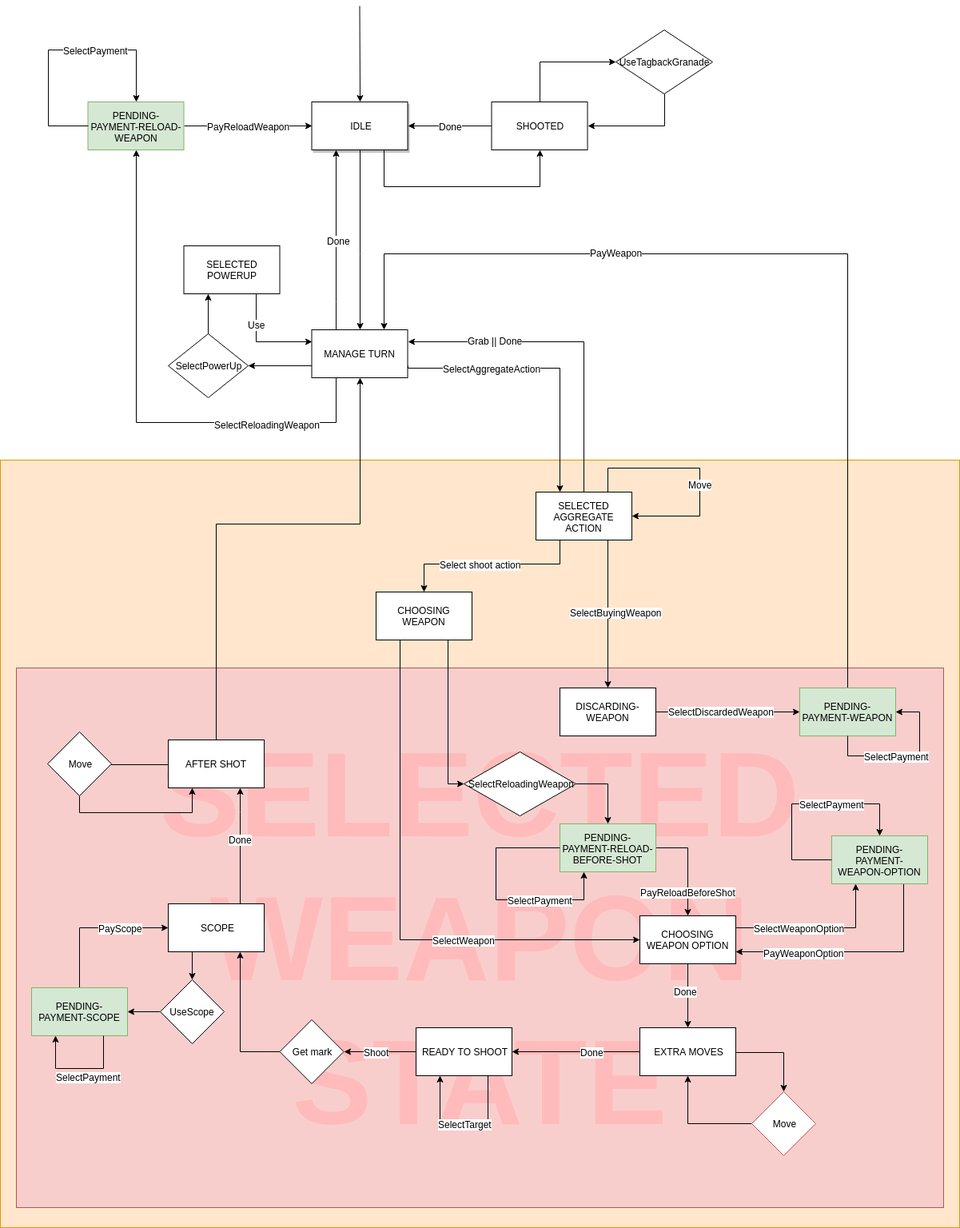
This is deliverables/StateDiagram.png from f3d0ss/ing-sw-2019-bordoni-cazzola-dotti, a draw.io export, as it was before one commit. Source tidied: cells renumbered, new cells last; positions are measured from the earlier drawing's top-left corner, leaving out a move shared by most shapes.
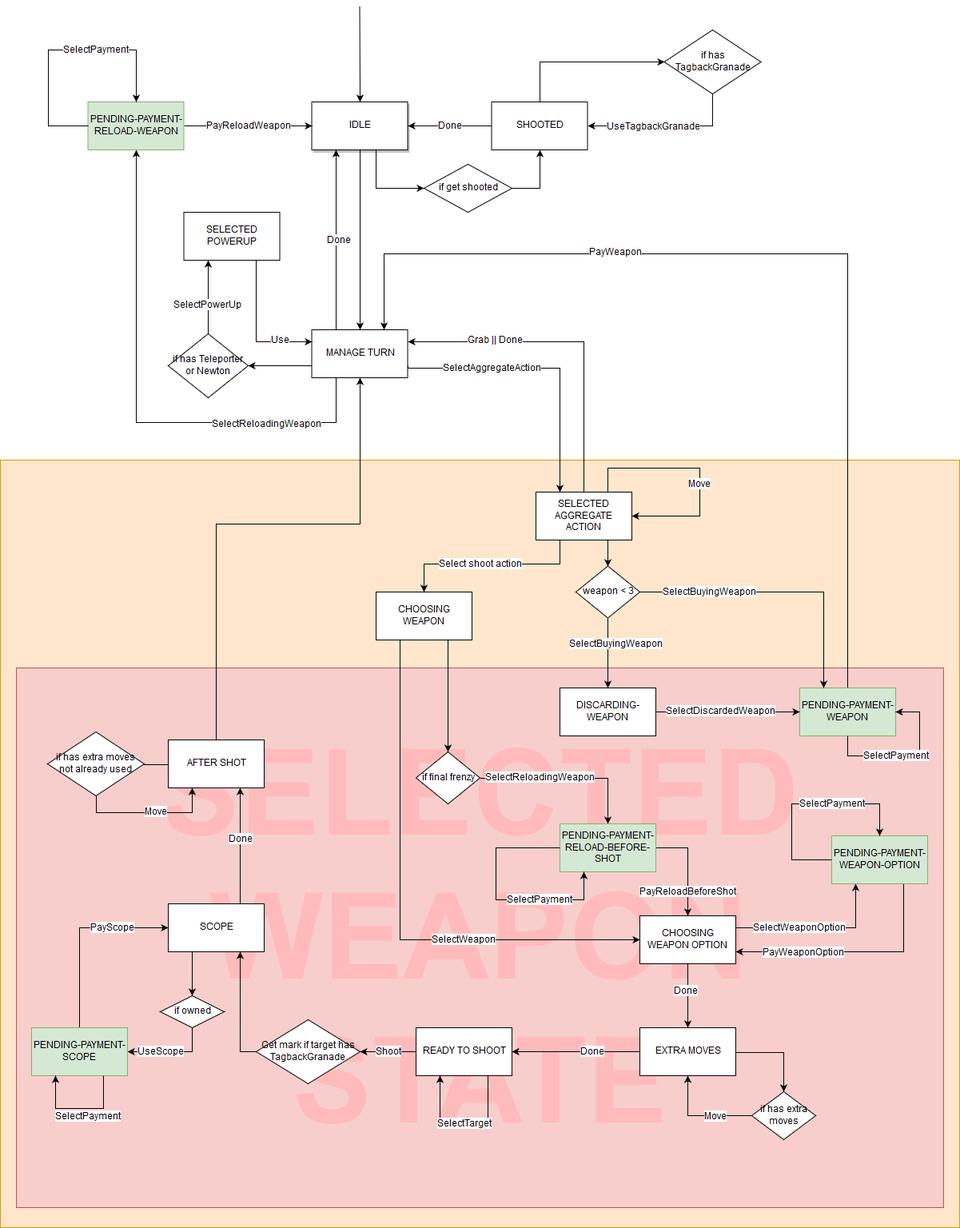
After the change.

Commit message:
Add number-of-weapon condition after SelectedAggregateAction

Change to the diagram source:
```diff
@@ -73,29 +73,35 @@
     <mxCell id="16" style="edgeStyle=orthogonalEdgeStyle;rounded=0;jettySize=auto;html=1;exitX=0.5;exitY=1;exitDx=0;exitDy=0;entryX=1;entryY=0.5;entryDx=0;entryDy=0;fontFamily=Helvetica;fontSize=12;" parent="1" edge="1" source="17" target="9">
       <mxGeometry relative="1" as="geometry" />
     </mxCell>
+    <mxCell id="99" value="UseTagbackGranade" style="text;html=1;align=center;verticalAlign=middle;labelBackgroundColor=#ffffff;" parent="16" vertex="1">
+      <mxGeometry x="0.16" y="1" relative="1" as="geometry" />
+    </mxCell>
-    <mxCell id="17" value="UseTagbackGranade" style="rhombus;whiteSpace=wrap;html=1;fontFamily=Helvetica;fontSize=12;" parent="1" vertex="1">
-      <mxGeometry x="770" y="30" width="121" height="80" as="geometry" />
+    <mxCell id="17" value="if has TagbackGranade" style="rhombus;whiteSpace=wrap;html=1;fontFamily=Helvetica;fontSize=12;" parent="1" vertex="1">
+      <mxGeometry x="830.5" y="30" width="121" height="80" as="geometry" />
     </mxCell>
-    <mxCell id="18" style="edgeStyle=orthogonalEdgeStyle;rounded=0;jettySize=auto;html=1;exitX=0.75;exitY=1;exitDx=0;exitDy=0;fontFamily=Helvetica;fontSize=12;entryX=0.5;entryY=1;entryDx=0;entryDy=0;" parent="1" edge="1" source="5" target="9">
+    <mxCell id="18" style="edgeStyle=orthogonalEdgeStyle;rounded=0;jettySize=auto;html=1;exitX=1;exitY=0.5;exitDx=0;exitDy=0;fontFamily=Helvetica;fontSize=12;entryX=0.5;entryY=1;entryDx=0;entryDy=0;" parent="1" edge="1" source="109" target="9">
       <mxGeometry relative="1" as="geometry">
         <Array as="points">
-          <mxPoint x="480" y="226" />
-          <mxPoint x="675" y="226" />
+          <mxPoint x="675" y="228" />
         </Array>
       </mxGeometry>
     </mxCell>
-    <mxCell id="19" style="edgeStyle=orthogonalEdgeStyle;rounded=0;jettySize=auto;html=1;exitX=0.75;exitY=1;exitDx=0;exitDy=0;entryX=0.5;entryY=0;entryDx=0;entryDy=0;" parent="1" edge="1" source="21" target="98">
+    <mxCell id="19" style="edgeStyle=orthogonalEdgeStyle;rounded=0;jettySize=auto;html=1;exitX=0.5;exitY=1;exitDx=0;exitDy=0;entryX=0.5;entryY=0;entryDx=0;entryDy=0;" parent="1" edge="1" source="108" target="98">
       <mxGeometry relative="1" as="geometry">
         <Array as="points">
-          <mxPoint x="760" y="668" />
+          <mxPoint x="760" y="788" />
+          <mxPoint x="760" y="788" />
         </Array>
       </mxGeometry>
     </mxCell>
     <mxCell id="20" value="SelectBuyingWeapon" style="text;html=1;align=center;verticalAlign=middle;labelBackgroundColor=#ffffff;" parent="19" vertex="1">
       <mxGeometry x="-0.02" y="36" relative="1" as="geometry">
-        <mxPoint x="-26.5" as="offset" />
+        <mxPoint x="-26" y="-10" as="offset" />
       </mxGeometry>
     </mxCell>
+    <mxCell id="100" style="edgeStyle=orthogonalEdgeStyle;rounded=0;jettySize=auto;html=1;exitX=0.75;exitY=1;exitDx=0;exitDy=0;entryX=0.5;entryY=0;entryDx=0;entryDy=0;" parent="1" edge="1" source="21" target="108">
+      <mxGeometry relative="1" as="geometry" />
+    </mxCell>
     <mxCell id="21" value="SELECTED AGGREGATE ACTION" style="rounded=0;whiteSpace=wrap;html=1;fontFamily=Helvetica;fontSize=12;" parent="1" vertex="1">
       <mxGeometry x="670" y="608" width="120" height="60" as="geometry" />
     </mxCell>
@@ -125,7 +131,7 @@
         <mxPoint x="-34" y="-1" as="offset" />
       </mxGeometry>
     </mxCell>
-    <mxCell id="26" style="edgeStyle=orthogonalEdgeStyle;rounded=0;jettySize=auto;html=1;exitX=0.75;exitY=1;exitDx=0;exitDy=0;fontFamily=Helvetica;fontSize=12;entryX=0;entryY=0.5;entryDx=0;entryDy=0;" parent="1" edge="1" source="29" target="31">
+    <mxCell id="26" style="edgeStyle=orthogonalEdgeStyle;rounded=0;jettySize=auto;html=1;exitX=0.75;exitY=1;exitDx=0;exitDy=0;fontFamily=Helvetica;fontSize=12;entryX=0.5;entryY=0;entryDx=0;entryDy=0;" parent="1" edge="1" source="29" target="31">
       <mxGeometry relative="1" as="geometry" />
     </mxCell>
     <mxCell id="27" style="edgeStyle=orthogonalEdgeStyle;rounded=0;jettySize=auto;html=1;exitX=0.25;exitY=1;exitDx=0;exitDy=0;entryX=0;entryY=0.5;entryDx=0;entryDy=0;fontFamily=Helvetica;fontSize=12;" parent="1" edge="1" source="29" target="34">
@@ -142,8 +148,13 @@
     <mxCell id="30" style="edgeStyle=orthogonalEdgeStyle;rounded=0;jettySize=auto;html=1;entryX=0.5;entryY=0;entryDx=0;entryDy=0;fontFamily=Helvetica;fontSize=12;exitX=1;exitY=0.5;exitDx=0;exitDy=0;" parent="1" edge="1" source="31" target="77">
       <mxGeometry relative="1" as="geometry" />
     </mxCell>
+    <mxCell id="101" value="SelectReloadingWeapon" style="text;html=1;align=center;verticalAlign=middle;labelBackgroundColor=#ffffff;" parent="30" vertex="1">
+      <mxGeometry x="-0.29" y="1" relative="1" as="geometry">
+        <mxPoint x="-2.5" y="0.5" as="offset" />
+      </mxGeometry>
+    </mxCell>
-    <mxCell id="31" value="SelectReloadingWeapon" style="rhombus;whiteSpace=wrap;html=1;fontFamily=Helvetica;fontSize=12;" parent="1" vertex="1">
-      <mxGeometry x="580" y="933" width="140" height="80" as="geometry" />
+    <mxCell id="31" value="if final frenzy" style="rhombus;whiteSpace=wrap;html=1;fontFamily=Helvetica;fontSize=12;" parent="1" vertex="1">
+      <mxGeometry x="520" y="933" width="80" height="65" as="geometry" />
     </mxCell>
     <mxCell id="32" style="edgeStyle=orthogonalEdgeStyle;rounded=0;jettySize=auto;html=1;exitX=0.5;exitY=1;exitDx=0;exitDy=0;fontFamily=Helvetica;fontSize=12;entryX=0.5;entryY=0;entryDx=0;entryDy=0;" parent="1" edge="1" source="34" target="63">
       <mxGeometry relative="1" as="geometry" />
@@ -157,7 +168,10 @@
     <mxCell id="35" style="edgeStyle=orthogonalEdgeStyle;rounded=0;jettySize=auto;html=1;exitX=0.5;exitY=0;exitDx=0;exitDy=0;entryX=0.25;entryY=1;entryDx=0;entryDy=0;" parent="1" edge="1" source="36" target="68">
       <mxGeometry relative="1" as="geometry" />
     </mxCell>
+    <mxCell id="102" value="SelectPowerUp" style="text;html=1;align=center;verticalAlign=middle;labelBackgroundColor=#ffffff;" parent="35" vertex="1">
+      <mxGeometry x="-0.22" y="1" relative="1" as="geometry" />
+    </mxCell>
-    <mxCell id="36" value="SelectPowerUp&lt;br&gt;" style="rhombus;whiteSpace=wrap;html=1;fontFamily=Helvetica;fontSize=12;" parent="1" vertex="1">
+    <mxCell id="36" value="if has Teleporter or Newton" style="rhombus;whiteSpace=wrap;html=1;fontFamily=Helvetica;fontSize=12;" parent="1" vertex="1">
       <mxGeometry x="210" y="410" width="100" height="80" as="geometry" />
     </mxCell>
     <mxCell id="37" style="edgeStyle=orthogonalEdgeStyle;rounded=0;jettySize=auto;html=1;exitX=0;exitY=0.5;exitDx=0;exitDy=0;entryX=1;entryY=0.5;entryDx=0;entryDy=0;fontFamily=Helvetica;fontSize=12;" parent="1" edge="1" source="39" target="50">
@@ -165,7 +179,7 @@
     </mxCell>
     <mxCell id="38" value="Shoot" style="text;html=1;align=center;verticalAlign=middle;labelBackgroundColor=#ffffff;fontSize=12;fontFamily=Helvetica;" parent="37" vertex="1">
       <mxGeometry x="-0.43" y="-2" relative="1" as="geometry">
-        <mxPoint x="-24" y="2" as="offset" />
+        <mxPoint x="-15" y="2" as="offset" />
       </mxGeometry>
     </mxCell>
     <mxCell id="39" value="READY TO SHOOT" style="rounded=0;whiteSpace=wrap;html=1;fontFamily=Helvetica;fontSize=12;" parent="1" vertex="1">
@@ -197,11 +211,16 @@
         <mxPoint x="25.5" as="offset" />
       </mxGeometry>
     </mxCell>
-    <mxCell id="44" style="edgeStyle=orthogonalEdgeStyle;rounded=0;jettySize=auto;html=1;" parent="1" edge="1" source="45" target="80">
+    <mxCell id="44" style="edgeStyle=orthogonalEdgeStyle;rounded=0;jettySize=auto;html=1;exitX=0.5;exitY=1;exitDx=0;exitDy=0;" parent="1" edge="1" source="45" target="80">
       <mxGeometry relative="1" as="geometry" />
     </mxCell>
+    <mxCell id="103" value="UseScope" style="text;html=1;align=center;verticalAlign=middle;labelBackgroundColor=#ffffff;" parent="44" vertex="1">
+      <mxGeometry x="0.48" y="-1" relative="1" as="geometry">
+        <mxPoint x="12" y="1" as="offset" />
+      </mxGeometry>
+    </mxCell>
-    <mxCell id="45" value="UseScope" style="rhombus;whiteSpace=wrap;html=1;" parent="1" vertex="1">
-      <mxGeometry x="200" y="1218" width="80" height="80" as="geometry" />
+    <mxCell id="45" value="if owned" style="rhombus;whiteSpace=wrap;html=1;" parent="1" vertex="1">
+      <mxGeometry x="200" y="1238" width="80" height="40" as="geometry" />
     </mxCell>
     <mxCell id="46" style="edgeStyle=orthogonalEdgeStyle;rounded=0;jettySize=auto;html=1;exitX=0.25;exitY=1;exitDx=0;exitDy=0;entryX=0.5;entryY=1;entryDx=0;entryDy=0;" parent="1" edge="1" source="15" target="71">
       <mxGeometry relative="1" as="geometry">
@@ -224,14 +243,17 @@
     <mxCell id="49" style="edgeStyle=orthogonalEdgeStyle;rounded=0;jettySize=auto;html=1;exitX=0;exitY=0.5;exitDx=0;exitDy=0;entryX=0.75;entryY=1;entryDx=0;entryDy=0;" parent="1" edge="1" source="50" target="57">
       <mxGeometry relative="1" as="geometry" />
     </mxCell>
-    <mxCell id="50" value="Get mark" style="rhombus;whiteSpace=wrap;html=1;" parent="1" vertex="1">
-      <mxGeometry x="349.5" y="1268" width="80" height="80" as="geometry" />
+    <mxCell id="50" value="Get mark if target has TagbackGranade" style="rhombus;whiteSpace=wrap;html=1;" parent="1" vertex="1">
+      <mxGeometry x="320" y="1268" width="130" height="80" as="geometry" />
     </mxCell>
     <mxCell id="51" style="edgeStyle=orthogonalEdgeStyle;rounded=0;jettySize=auto;html=1;exitX=0;exitY=0.5;exitDx=0;exitDy=0;entryX=0.5;entryY=1;entryDx=0;entryDy=0;" parent="1" edge="1" source="52" target="63">
       <mxGeometry relative="1" as="geometry" />
     </mxCell>
+    <mxCell id="104" value="Move" style="text;html=1;align=center;verticalAlign=middle;labelBackgroundColor=#ffffff;" parent="51" vertex="1">
+      <mxGeometry x="-0.29" y="1" relative="1" as="geometry" />
+    </mxCell>
-    <mxCell id="52" value="Move" style="rhombus;whiteSpace=wrap;html=1;fillColor=#FFFFFF;strokeColor=#b85450;" parent="1" vertex="1">
-      <mxGeometry x="940" y="1358" width="80" height="80" as="geometry" />
+    <mxCell id="52" value="if has extra moves" style="rhombus;whiteSpace=wrap;html=1;fillColor=#FFFFFF;strokeColor=#000000;" parent="1" vertex="1">
+      <mxGeometry x="940" y="1358" width="80" height="60" as="geometry" />
     </mxCell>
     <mxCell id="53" style="edgeStyle=orthogonalEdgeStyle;rounded=0;jettySize=auto;html=1;exitX=0.75;exitY=0;exitDx=0;exitDy=0;entryX=0.75;entryY=1;entryDx=0;entryDy=0;" parent="1" edge="1" source="57" target="95">
       <mxGeometry relative="1" as="geometry">
@@ -262,13 +284,16 @@
     <mxCell id="58" style="edgeStyle=orthogonalEdgeStyle;rounded=0;jettySize=auto;html=1;exitX=0.5;exitY=1;exitDx=0;exitDy=0;entryX=0.25;entryY=1;entryDx=0;entryDy=0;" parent="1" edge="1" source="59" target="95">
       <mxGeometry relative="1" as="geometry">
         <Array as="points">
-          <mxPoint x="99" y="1009" />
+          <mxPoint x="120" y="1009" />
           <mxPoint x="240" y="1009" />
         </Array>
       </mxGeometry>
     </mxCell>
+    <mxCell id="105" value="Move" style="text;html=1;align=center;verticalAlign=middle;labelBackgroundColor=#ffffff;" parent="58" vertex="1">
+      <mxGeometry x="0.1" y="1" relative="1" as="geometry" />
+    </mxCell>
-    <mxCell id="59" value="Move" style="rhombus;whiteSpace=wrap;html=1;" parent="1" vertex="1">
-      <mxGeometry x="59" y="908" width="80" height="80" as="geometry" />
+    <mxCell id="59" value="if has extra moves not already used" style="rhombus;whiteSpace=wrap;html=1;" parent="1" vertex="1">
+      <mxGeometry x="59" y="908" width="121" height="80" as="geometry" />
     </mxCell>
     <mxCell id="60" style="edgeStyle=orthogonalEdgeStyle;rounded=0;jettySize=auto;html=1;exitX=1;exitY=0.5;exitDx=0;exitDy=0;entryX=0.5;entryY=0;entryDx=0;entryDy=0;" parent="1" edge="1" source="63" target="52">
       <mxGeometry relative="1" as="geometry">
@@ -304,11 +329,11 @@
     </mxCell>
     <mxCell id="67" value="Use" style="text;html=1;align=center;verticalAlign=middle;labelBackgroundColor=#ffffff;" parent="66" vertex="1">
       <mxGeometry x="-0.2" relative="1" as="geometry">
-        <mxPoint y="-14" as="offset" />
+        <mxPoint x="29.5" y="31" as="offset" />
       </mxGeometry>
     </mxCell>
     <mxCell id="68" value="SELECTED POWERUP" style="rounded=0;whiteSpace=wrap;html=1;" parent="1" vertex="1">
-      <mxGeometry x="229.5" y="300" width="120" height="60" as="geometry" />
+      <mxGeometry x="229.5" y="258" width="120" height="60" as="geometry" />
     </mxCell>
     <mxCell id="69" style="edgeStyle=orthogonalEdgeStyle;rounded=0;jettySize=auto;html=1;exitX=1;exitY=0.5;exitDx=0;exitDy=0;entryX=0;entryY=0.5;entryDx=0;entryDy=0;" parent="1" edge="1" source="71" target="5">
       <mxGeometry relative="1" as="geometry" />
@@ -351,11 +376,11 @@
     </mxCell>
     <mxCell id="79" value="PayScope&lt;br&gt;" style="text;html=1;align=center;verticalAlign=middle;labelBackgroundColor=#ffffff;" parent="78" vertex="1">
       <mxGeometry x="-0.66" relative="1" as="geometry">
-        <mxPoint x="51" y="-44" as="offset" />
+        <mxPoint x="41" y="-85" as="offset" />
       </mxGeometry>
     </mxCell>
     <mxCell id="80" value="PENDING-PAYMENT-SCOPE" style="rounded=0;whiteSpace=wrap;html=1;fillColor=#d5e8d4;strokeColor=#82b366;" parent="1" vertex="1">
-      <mxGeometry x="39" y="1228" width="120" height="60" as="geometry" />
+      <mxGeometry x="39" y="1278" width="120" height="60" as="geometry" />
     </mxCell>
     <mxCell id="81" style="edgeStyle=orthogonalEdgeStyle;rounded=0;jettySize=auto;html=1;exitX=0.5;exitY=0;exitDx=0;exitDy=0;entryX=0.75;entryY=0;entryDx=0;entryDy=0;" parent="1" edge="1" source="83" target="15">
       <mxGeometry relative="1" as="geometry">
@@ -390,8 +415,8 @@
     <mxCell id="86" style="edgeStyle=orthogonalEdgeStyle;rounded=0;orthogonalLoop=1;jettySize=auto;html=1;exitX=0.75;exitY=1;exitDx=0;exitDy=0;entryX=0.25;entryY=1;entryDx=0;entryDy=0;" parent="1" edge="1" source="80" target="80">
       <mxGeometry relative="1" as="geometry">
         <Array as="points">
-          <mxPoint x="70" y="1329" />
-          <mxPoint x="10" y="1329" />
+          <mxPoint x="70" y="1379" />
+          <mxPoint x="10" y="1379" />
         </Array>
       </mxGeometry>
     </mxCell>
@@ -464,5 +489,25 @@
     <mxCell id="98" value="DISCARDING-WEAPON" style="rounded=0;whiteSpace=wrap;html=1;" parent="1" vertex="1">
       <mxGeometry x="700" y="853" width="120" height="60" as="geometry" />
     </mxCell>
+    <mxCell id="106" style="edgeStyle=orthogonalEdgeStyle;rounded=0;jettySize=auto;html=1;exitX=1;exitY=0.5;exitDx=0;exitDy=0;entryX=0.25;entryY=0;entryDx=0;entryDy=0;" parent="1" edge="1" source="108" target="83">
+      <mxGeometry relative="1" as="geometry" />
+    </mxCell>
+    <mxCell id="107" value="SelectBuyingWeapon" style="text;html=1;align=center;verticalAlign=middle;labelBackgroundColor=#ffffff;" parent="106" vertex="1">
+      <mxGeometry x="-0.5" relative="1" as="geometry" />
+    </mxCell>
+    <mxCell id="108" value="weapon &amp;lt; 3" style="rhombus;whiteSpace=wrap;html=1;fontFamily=Helvetica;fontSize=12;" parent="1" vertex="1">
+      <mxGeometry x="720" y="700.5" width="80" height="65" as="geometry" />
+    </mxCell>
+    <mxCell id="109" value="if get shooted" style="rhombus;whiteSpace=wrap;html=1;strokeColor=#000000;" parent="1" vertex="1">
+      <mxGeometry x="530" y="198" width="110" height="60" as="geometry" />
+    </mxCell>
+    <mxCell id="110" style="edgeStyle=orthogonalEdgeStyle;rounded=0;jettySize=auto;html=1;exitX=0.75;exitY=1;exitDx=0;exitDy=0;fontFamily=Helvetica;fontSize=12;entryX=0;entryY=0.5;entryDx=0;entryDy=0;" parent="1" edge="1" source="5" target="109">
+      <mxGeometry relative="1" as="geometry">
+        <Array as="points">
+          <mxPoint x="470" y="180" />
+          <mxPoint x="470" y="228" />
+        </Array>
+      </mxGeometry>
+    </mxCell>
   </root>
 </mxGraphModel>
```
